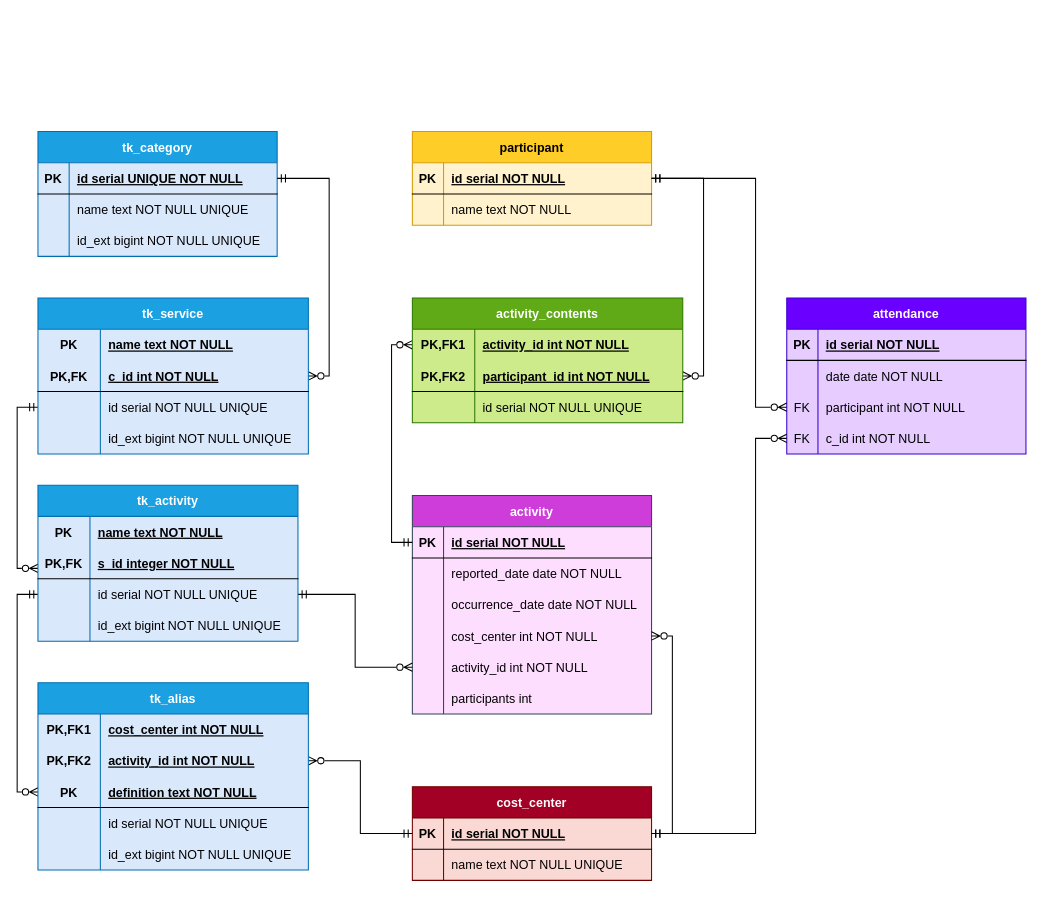
Before: diagram.drawio in maussm/Database, a draw.io diagram. Source tidied: cells renumbered, new cells numbered last; positions are measured from the earlier drawing's top-left corner, leaving out a move shared by most shapes. Both pictures are drawn from the tidied source at 104%, with x=0, y=0 at pixel (37, 131).
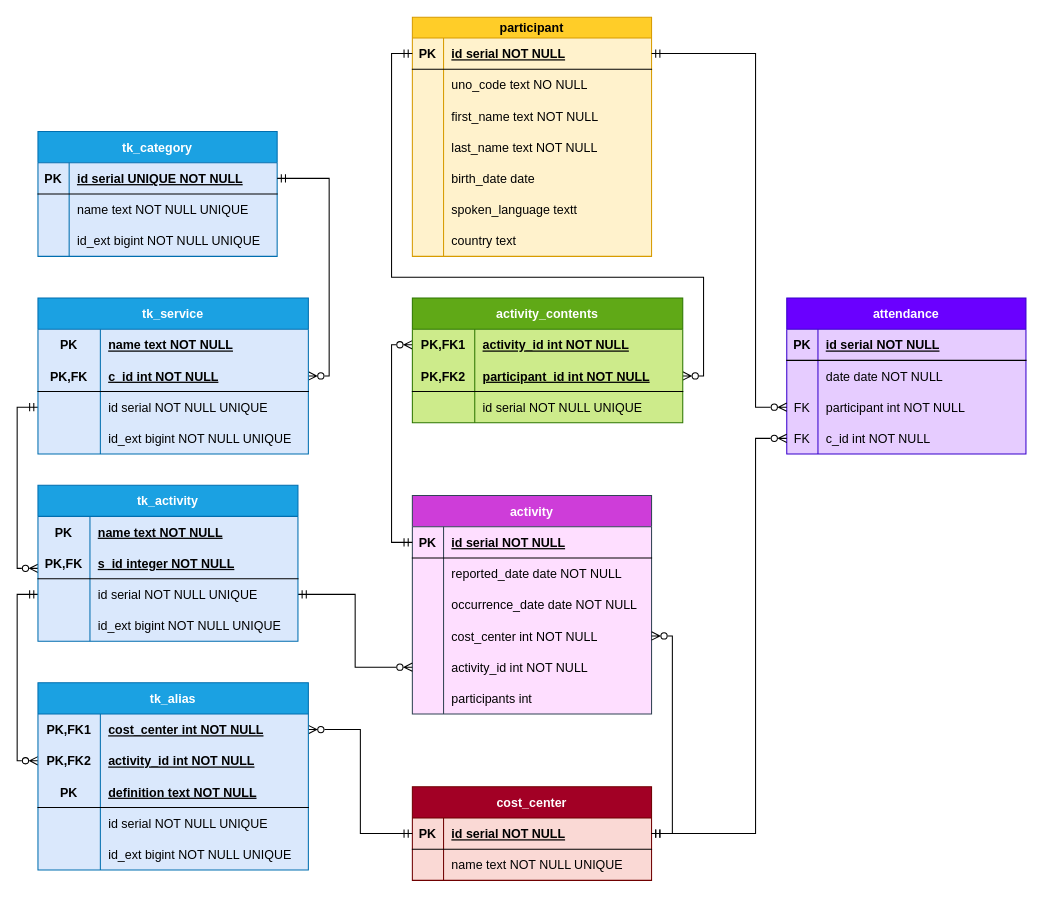
The same page after the edit.

Commit message (it also covers changes not shown here):
nya insert för alias och participant. Participant uppdaterad.

The change refers to these unchanged cells:
```xml
<mxCell id="13" style="shape=tableRow;horizontal=0;startSize=0;swimlaneHead=0;swimlaneBody=0;fillColor=none;points=[[0,0.5],[1,0.5]];portConstraint=eastwest;top=0;left=0;right=0;bottom=1;" parent="12" vertex="1">
  <mxGeometry y="30" width="230" height="30" as="geometry" />
</mxCell>
<mxCell id="54" style="shape=tableRow;horizontal=0;startSize=0;swimlaneHead=0;swimlaneBody=0;fillColor=none;points=[[0,0.5],[1,0.5]];portConstraint=eastwest;top=0;left=0;right=0;bottom=0;" parent="53" vertex="1">
  <mxGeometry y="30" width="260" height="30" as="geometry" />
</mxCell>
<mxCell id="57" style="shape=tableRow;horizontal=0;startSize=0;swimlaneHead=0;swimlaneBody=0;fillColor=none;points=[[0,0.5],[1,0.5]];portConstraint=eastwest;top=0;left=0;right=0;bottom=0;" parent="53" vertex="1">
  <mxGeometry y="60" width="260" height="30" as="geometry" />
</mxCell>
<mxCell id="60" style="shape=tableRow;horizontal=0;startSize=0;swimlaneHead=0;swimlaneBody=0;fillColor=none;points=[[0,0.5],[1,0.5]];portConstraint=eastwest;top=0;left=0;right=0;bottom=1;" parent="53" vertex="1">
  <mxGeometry y="90" width="260" height="30" as="geometry" />
</mxCell>
<mxCell id="89" style="shape=tableRow;horizontal=0;startSize=0;swimlaneHead=0;swimlaneBody=0;fillColor=none;points=[[0,0.5],[1,0.5]];portConstraint=eastwest;top=0;left=0;right=0;bottom=0;" parent="82" vertex="1">
  <mxGeometry y="90" width="250" height="30" as="geometry" />
</mxCell>
<mxCell id="99" style="shape=tableRow;horizontal=0;startSize=0;swimlaneHead=0;swimlaneBody=0;fillColor=none;points=[[0,0.5],[1,0.5]];portConstraint=eastwest;top=0;left=0;right=0;bottom=1;" parent="95" vertex="1">
  <mxGeometry y="60" width="260" height="30" as="geometry" />
</mxCell>
<mxCell id="112" style="shape=tableRow;horizontal=0;startSize=0;swimlaneHead=0;swimlaneBody=0;fillColor=none;points=[[0,0.5],[1,0.5]];portConstraint=eastwest;top=0;left=0;right=0;bottom=0;" parent="105" vertex="1">
  <mxGeometry y="90" width="230" height="30" as="geometry" />
</mxCell>
```

Diff of the diagram source:
```diff
@@
-    <mxCell id="19" value="participant" style="shape=table;startSize=30;childLayout=tableLayout;rowLines=0;fontStyle=1;align=center;fillColor=#ffcd28;strokeColor=#d79b00;gradientColor=none;swimlaneFillColor=#FFF2CC;" parent="1" vertex="1">
-      <mxGeometry x="360" width="230" height="90" as="geometry" />
+    <mxCell id="19" value="participant" style="shape=table;startSize=20;childLayout=tableLayout;rowLines=0;fontStyle=1;align=center;fillColor=#ffcd28;strokeColor=#d79b00;gradientColor=none;swimlaneFillColor=#FFF2CC;" parent="1" vertex="1">
+      <mxGeometry x="360" y="-110" width="230" height="230" as="geometry" />
     </mxCell>
     <mxCell id="20" style="shape=tableRow;horizontal=0;startSize=0;swimlaneHead=0;swimlaneBody=0;fillColor=none;points=[[0,0.5],[1,0.5]];portConstraint=eastwest;top=0;left=0;right=0;bottom=1;" parent="19" vertex="1">
-      <mxGeometry y="30" width="230" height="30" as="geometry" />
+      <mxGeometry y="20" width="230" height="30" as="geometry" />
     </mxCell>
@@
+    <mxCell id="120" style="shape=tableRow;horizontal=0;startSize=0;swimlaneHead=0;swimlaneBody=0;fillColor=none;top=0;left=0;right=0;bottom=0;" parent="19" vertex="1">
+      <mxGeometry y="50" width="230" height="30" as="geometry" />
+    </mxCell>
+    <mxCell id="121" style="shape=partialRectangle;overflow=hidden;fillColor=none;top=0;left=0;bottom=0;right=0;" parent="120" vertex="1">
+      <mxGeometry width="30" height="30" as="geometry" />
+    </mxCell>
+    <mxCell id="122" value="uno_code text NO NULL" style="shape=partialRectangle;overflow=hidden;fillColor=none;align=left;top=0;left=0;bottom=0;right=0;spacingLeft=6;" parent="120" vertex="1">
+      <mxGeometry x="30" width="200" height="30" as="geometry" />
+    </mxCell>
+    <mxCell id="123" style="shape=tableRow;horizontal=0;startSize=0;swimlaneHead=0;swimlaneBody=0;fillColor=none;top=0;left=0;right=0;bottom=0;" parent="19" vertex="1">
+      <mxGeometry y="80" width="230" height="30" as="geometry" />
+    </mxCell>
+    <mxCell id="124" style="shape=partialRectangle;overflow=hidden;fillColor=none;top=0;left=0;bottom=0;right=0;" parent="123" vertex="1">
+      <mxGeometry width="30" height="30" as="geometry" />
+    </mxCell>
+    <mxCell id="125" value="first_name text NOT NULL" style="shape=partialRectangle;overflow=hidden;fillColor=none;align=left;top=0;left=0;bottom=0;right=0;spacingLeft=6;" parent="123" vertex="1">
+      <mxGeometry x="30" width="200" height="30" as="geometry" />
+    </mxCell>
     <mxCell id="23" style="shape=tableRow;horizontal=0;startSize=0;swimlaneHead=0;swimlaneBody=0;fillColor=none;top=0;left=0;right=0;bottom=0;" parent="19" vertex="1">
-      <mxGeometry y="60" width="230" height="30" as="geometry" />
+      <mxGeometry y="110" width="230" height="30" as="geometry" />
     </mxCell>
@@
-    <mxCell id="25" value="name text NOT NULL" style="shape=partialRectangle;overflow=hidden;fillColor=none;align=left;top=0;left=0;bottom=0;right=0;spacingLeft=6;" parent="23" vertex="1">
+    <mxCell id="25" value="last_name text NOT NULL" style="shape=partialRectangle;overflow=hidden;fillColor=none;align=left;top=0;left=0;bottom=0;right=0;spacingLeft=6;" parent="23" vertex="1">
       <mxGeometry x="30" width="200" height="30" as="geometry" />
     </mxCell>
+    <mxCell id="126" style="shape=tableRow;horizontal=0;startSize=0;swimlaneHead=0;swimlaneBody=0;fillColor=none;top=0;left=0;right=0;bottom=0;" parent="19" vertex="1">
+      <mxGeometry y="140" width="230" height="30" as="geometry" />
+    </mxCell>
+    <mxCell id="127" style="shape=partialRectangle;overflow=hidden;fillColor=none;top=0;left=0;bottom=0;right=0;" parent="126" vertex="1">
+      <mxGeometry width="30" height="30" as="geometry" />
+    </mxCell>
+    <mxCell id="128" value="birth_date date" style="shape=partialRectangle;overflow=hidden;fillColor=none;align=left;top=0;left=0;bottom=0;right=0;spacingLeft=6;" parent="126" vertex="1">
+      <mxGeometry x="30" width="200" height="30" as="geometry" />
+    </mxCell>
+    <mxCell id="129" style="shape=tableRow;horizontal=0;startSize=0;swimlaneHead=0;swimlaneBody=0;fillColor=none;top=0;left=0;right=0;bottom=0;" parent="19" vertex="1">
+      <mxGeometry y="170" width="230" height="30" as="geometry" />
+    </mxCell>
+    <mxCell id="130" style="shape=partialRectangle;overflow=hidden;fillColor=none;top=0;left=0;bottom=0;right=0;" parent="129" vertex="1">
+      <mxGeometry width="30" height="30" as="geometry" />
+    </mxCell>
+    <mxCell id="131" value="spoken_language textt" style="shape=partialRectangle;overflow=hidden;fillColor=none;align=left;top=0;left=0;bottom=0;right=0;spacingLeft=6;" parent="129" vertex="1">
+      <mxGeometry x="30" width="200" height="30" as="geometry" />
+    </mxCell>
+    <mxCell id="132" style="shape=tableRow;horizontal=0;startSize=0;swimlaneHead=0;swimlaneBody=0;fillColor=none;top=0;left=0;right=0;bottom=0;" parent="19" vertex="1">
+      <mxGeometry y="200" width="230" height="30" as="geometry" />
+    </mxCell>
+    <mxCell id="133" style="shape=partialRectangle;overflow=hidden;fillColor=none;top=0;left=0;bottom=0;right=0;" parent="132" vertex="1">
+      <mxGeometry width="30" height="30" as="geometry" />
+    </mxCell>
+    <mxCell id="134" value="country text" style="shape=partialRectangle;overflow=hidden;fillColor=none;align=left;top=0;left=0;bottom=0;right=0;spacingLeft=6;" parent="132" vertex="1">
+      <mxGeometry x="30" width="200" height="30" as="geometry" />
+    </mxCell>
@@
     <mxCell id="45" style="edgeStyle=orthogonalEdgeStyle;rounded=0;jettySize=auto;html=1;startArrow=ERzeroToMany;startFill=0;endArrow=ERmandOne;endFill=0;exitX=1;exitY=0.5;exitDx=0;exitDy=0;" parent="1" edge="1" source="99" target="20">
-      <mxGeometry relative="1" as="geometry" />
+      <mxGeometry relative="1" as="geometry">
+        <Array as="points">
+          <mxPoint x="640" y="235" />
+          <mxPoint x="640" y="140" />
+          <mxPoint x="340" y="140" />
+          <mxPoint x="340" y="-75" />
+        </Array>
+      </mxGeometry>
     </mxCell>
@@
-    <mxCell id="48" style="edgeStyle=orthogonalEdgeStyle;rounded=0;jettySize=auto;html=1;entryX=0;entryY=0.5;entryDx=0;entryDy=0;startArrow=ERzeroToMany;startFill=0;endArrow=ERmandOne;endFill=0;exitX=1;exitY=0.5;exitDx=0;exitDy=0;" parent="1" edge="1" source="57" target="13">
+    <mxCell id="48" style="edgeStyle=orthogonalEdgeStyle;rounded=0;jettySize=auto;html=1;entryX=0;entryY=0.5;entryDx=0;entryDy=0;startArrow=ERzeroToMany;startFill=0;endArrow=ERmandOne;endFill=0;exitX=1;exitY=0.5;exitDx=0;exitDy=0;" parent="1" edge="1" source="54" target="13">
       <mxGeometry relative="1" as="geometry" />
     </mxCell>
-    <mxCell id="49" style="rounded=0;jettySize=auto;html=1;startArrow=ERzeroToMany;startFill=0;endArrow=ERmandOne;endFill=0;exitX=0;exitY=0.5;exitDx=0;exitDy=0;entryX=0;entryY=0.5;entryDx=0;entryDy=0;edgeStyle=orthogonalEdgeStyle;" parent="1" edge="1" source="60" target="89">
+    <mxCell id="49" style="rounded=0;jettySize=auto;html=1;startArrow=ERzeroToMany;startFill=0;endArrow=ERmandOne;endFill=0;exitX=0;exitY=0.5;exitDx=0;exitDy=0;entryX=0;entryY=0.5;entryDx=0;entryDy=0;edgeStyle=orthogonalEdgeStyle;" parent="1" edge="1" source="57" target="89">
       <mxGeometry relative="1" as="geometry" />
     </mxCell>
@@
     <mxCell id="119" style="rounded=0;jettySize=auto;html=1;startArrow=ERzeroToMany;startFill=0;endArrow=ERmandOne;endFill=0;exitX=0;exitY=0.5;exitDx=0;exitDy=0;edgeStyle=orthogonalEdgeStyle;entryX=1;entryY=0.5;entryDx=0;entryDy=0;" parent="1" edge="1" source="112" target="20">
       <mxGeometry relative="1" as="geometry">
         <Array as="points">
           <mxPoint x="690" y="265" />
-          <mxPoint x="690" y="45" />
+          <mxPoint x="690" y="-75" />
         </Array>
       </mxGeometry>
     </mxCell>
```
